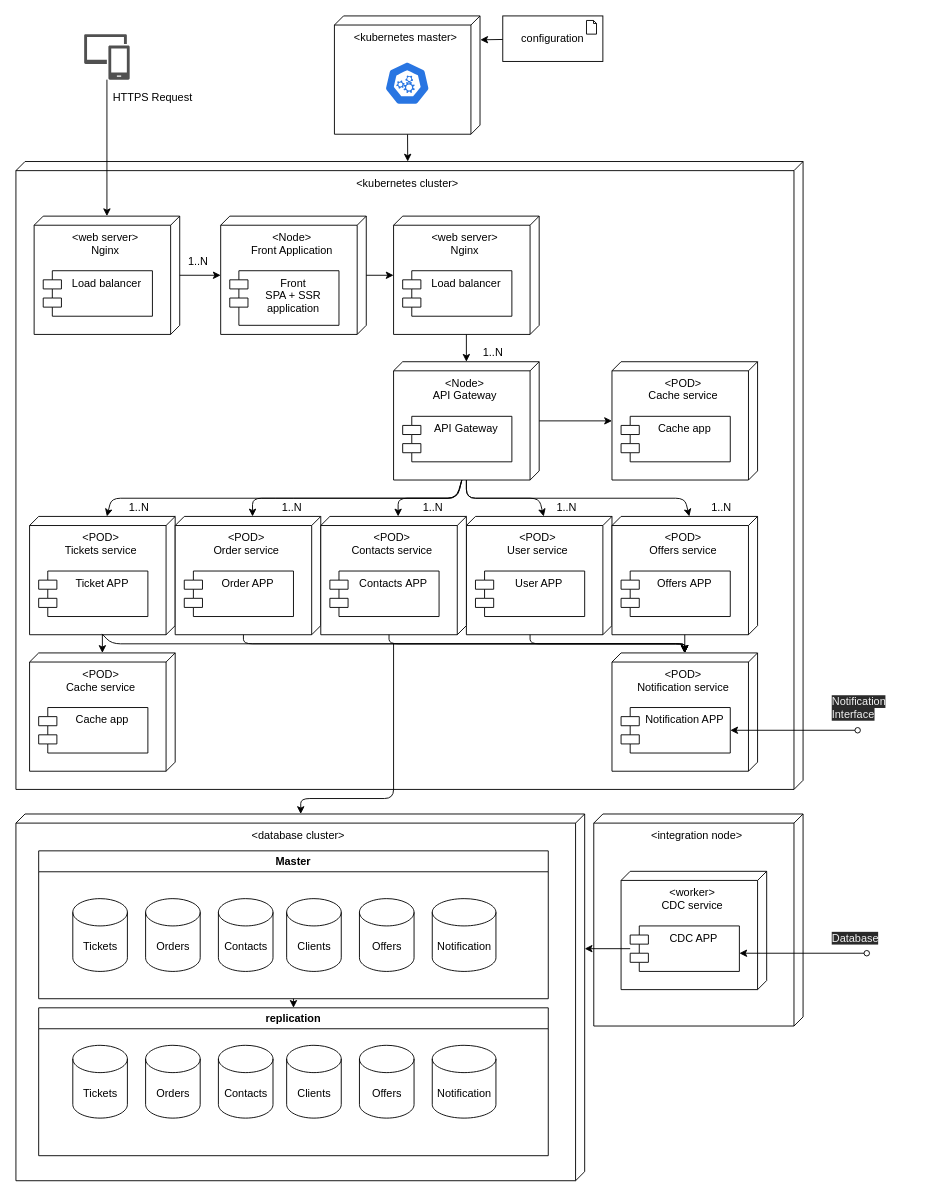
Earlier version of the draw.io diagram docs/deployment.drawio (mrr000/gb-coursework). Source tidied: cells renumbered, new cells numbered last; positions are measured from the earlier drawing's top-left corner, leaving out a move shared by most shapes. Both pictures are drawn from the tidied source at 91%, with x=0, y=0 at pixel (15, 15).
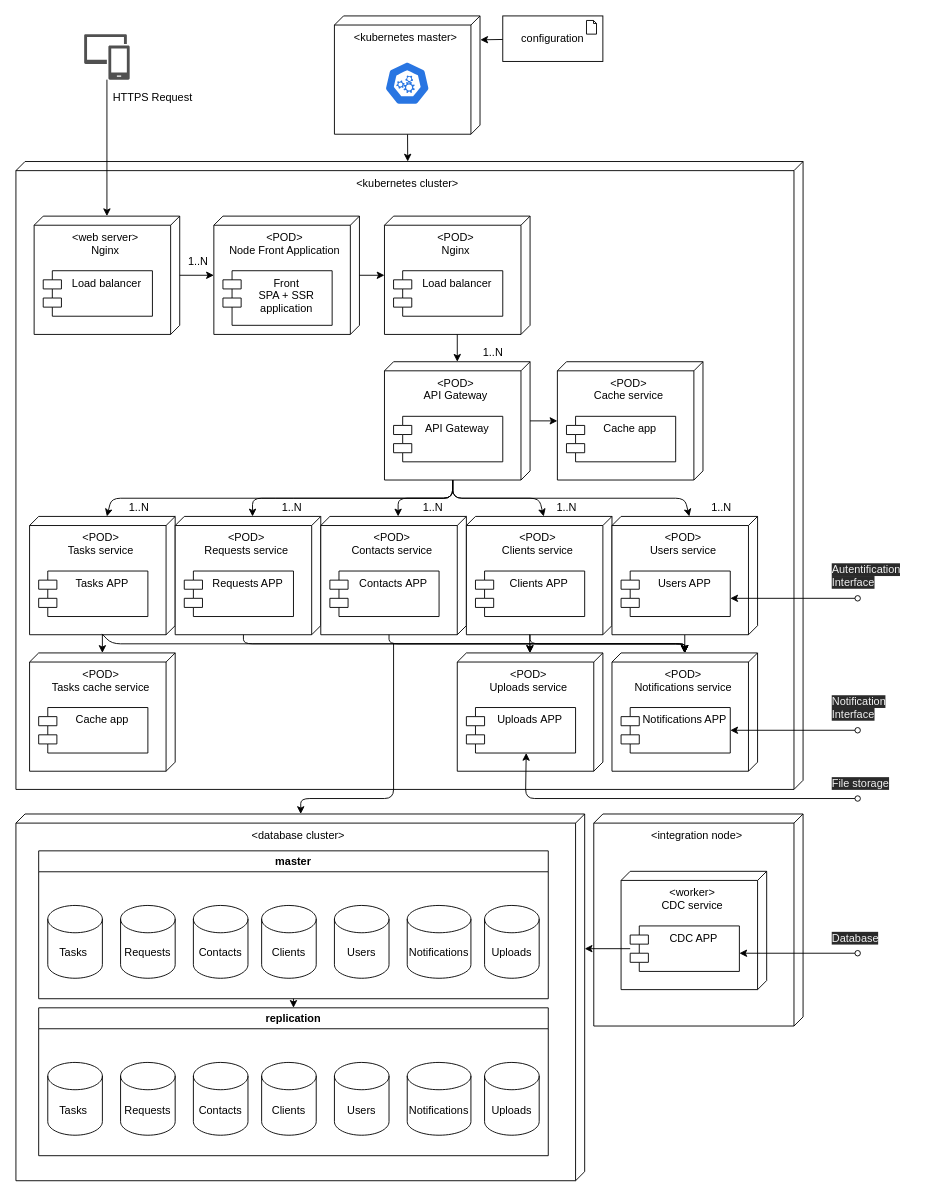
The same diagram, later.

Commit message:
renames services, adds uploads service

Unchanged cells that the change refers to:
```xml
<mxCell id="24" style="group;" parent="1" vertex="1">
  <mxGeometry x="15" y="550" width="160" height="130" as="geometry" />
</mxCell>
<mxCell id="30" style="group;" parent="1" vertex="1">
  <mxGeometry x="175" y="550" width="160" height="130" as="geometry" />
</mxCell>
<mxCell id="43" value="&amp;lt;POD&amp;gt;&lt;br&gt;Contacts service" style="verticalAlign=top;align=center;shape=cube;size=10;direction=south;html=1;boundedLbl=1;spacingLeft=5;" parent="42" vertex="1">
  <mxGeometry width="160" height="130" as="geometry" />
</mxCell>
<mxCell id="45" style="group;" parent="1" vertex="1">
  <mxGeometry x="655" y="700" width="160" height="130" as="geometry" />
</mxCell>
<mxCell id="69" style="group;" parent="1" vertex="1">
  <mxGeometry x="15" y="700" width="160" height="130" as="geometry" />
</mxCell>
<mxCell id="81" value="replication" style="swimlane;startSize=23;" parent="1" vertex="1">
  <mxGeometry x="25" y="1090" width="560" height="162.5" as="geometry" />
</mxCell>
```

Change to the diagram source:
```diff
@@
     <mxCell id="8" style="group;" parent="1" vertex="1">
-      <mxGeometry x="225" y="220" width="160" height="130" as="geometry" />
+      <mxGeometry x="217.5" y="220" width="160" height="130" as="geometry" />
     </mxCell>
-    <mxCell id="9" value="&amp;lt;Node&amp;gt;&lt;br&gt;Front Application&lt;br&gt;" style="verticalAlign=top;align=center;shape=cube;size=10;direction=south;html=1;boundedLbl=1;spacingLeft=5;" parent="8" vertex="1">
+    <mxCell id="9" value="&amp;lt;POD&amp;gt;&lt;br&gt;Node Front Application" style="verticalAlign=top;align=center;shape=cube;size=10;direction=south;html=1;boundedLbl=1;spacingLeft=5;" parent="8" vertex="1">
       <mxGeometry width="160" height="130" as="geometry" />
     </mxCell>
@@
     <mxCell id="16" style="group;" parent="1" vertex="1">
-      <mxGeometry x="415" y="380" width="160" height="130" as="geometry" />
+      <mxGeometry x="405" y="380" width="160" height="130" as="geometry" />
     </mxCell>
-    <mxCell id="17" value="&amp;lt;Node&amp;gt;&lt;br&gt;API Gateway" style="verticalAlign=top;align=center;shape=cube;size=10;direction=south;html=1;boundedLbl=1;spacingLeft=5;" parent="16" vertex="1">
+    <mxCell id="17" value="&amp;lt;POD&amp;gt;&lt;br&gt;API Gateway" style="verticalAlign=top;align=center;shape=cube;size=10;direction=south;html=1;boundedLbl=1;spacingLeft=5;" parent="16" vertex="1">
       <mxGeometry width="160" height="130" as="geometry" />
     </mxCell>
@@
     <mxCell id="19" style="group;" parent="1" vertex="1">
-      <mxGeometry x="415" y="220" width="160" height="130" as="geometry" />
+      <mxGeometry x="405" y="220" width="160" height="130" as="geometry" />
     </mxCell>
-    <mxCell id="20" value="&amp;lt;web server&amp;gt;&lt;br&gt;Nginx&lt;br&gt;&lt;br&gt;" style="verticalAlign=top;align=center;shape=cube;size=10;direction=south;html=1;boundedLbl=1;spacingLeft=5;" parent="19" vertex="1">
+    <mxCell id="20" value="&amp;lt;POD&amp;gt;&lt;br&gt;Nginx&lt;br&gt;" style="verticalAlign=top;align=center;shape=cube;size=10;direction=south;html=1;boundedLbl=1;spacingLeft=5;" parent="19" vertex="1">
       <mxGeometry width="160" height="130" relative="1" as="geometry" />
     </mxCell>
@@
-    <mxCell id="25" value="&amp;lt;POD&amp;gt;&lt;br&gt;Tickets service" style="verticalAlign=top;align=center;shape=cube;size=10;direction=south;html=1;boundedLbl=1;spacingLeft=5;" parent="24" vertex="1">
+    <mxCell id="25" value="&amp;lt;POD&amp;gt;&lt;br&gt;Tasks service" style="verticalAlign=top;align=center;shape=cube;size=10;direction=south;html=1;boundedLbl=1;spacingLeft=5;" parent="24" vertex="1">
       <mxGeometry width="160" height="130" as="geometry" />
     </mxCell>
-    <mxCell id="26" value="Ticket APP" style="shape=module;align=left;spacingLeft=20;align=center;verticalAlign=top;" parent="24" vertex="1">
+    <mxCell id="26" value="Tasks APP" style="shape=module;align=left;spacingLeft=20;align=center;verticalAlign=top;" parent="24" vertex="1">
       <mxGeometry x="10" y="60" width="120" height="50" as="geometry" />
     </mxCell>
-    <mxCell id="27" style="group;" parent="1" vertex="1">
-      <mxGeometry x="495" y="550" width="160" height="130" as="geometry" />
-    </mxCell>
-    <mxCell id="28" value="&amp;lt;POD&amp;gt;&lt;br&gt;User service" style="verticalAlign=top;align=center;shape=cube;size=10;direction=south;html=1;boundedLbl=1;spacingLeft=5;" parent="27" vertex="1">
-      <mxGeometry width="160" height="130" as="geometry" />
-    </mxCell>
-    <mxCell id="29" value="User APP" style="shape=module;align=left;spacingLeft=20;align=center;verticalAlign=top;" parent="27" vertex="1">
-      <mxGeometry x="10" y="60" width="120" height="50" as="geometry" />
-    </mxCell>
@@
-    <mxCell id="31" value="&amp;lt;POD&amp;gt;&lt;br&gt;Order service" style="verticalAlign=top;align=center;shape=cube;size=10;direction=south;html=1;boundedLbl=1;spacingLeft=5;" parent="30" vertex="1">
+    <mxCell id="31" value="&amp;lt;POD&amp;gt;&lt;br&gt;Requests service" style="verticalAlign=top;align=center;shape=cube;size=10;direction=south;html=1;boundedLbl=1;spacingLeft=5;" parent="30" vertex="1">
       <mxGeometry width="160" height="130" as="geometry" />
     </mxCell>
-    <mxCell id="32" value="Order APP" style="shape=module;align=left;spacingLeft=20;align=center;verticalAlign=top;" parent="30" vertex="1">
+    <mxCell id="32" value="Requests APP" style="shape=module;align=left;spacingLeft=20;align=center;verticalAlign=top;" parent="30" vertex="1">
       <mxGeometry x="10" y="60" width="120" height="50" as="geometry" />
     </mxCell>
     <mxCell id="33" style="group;" parent="1" vertex="1">
-      <mxGeometry x="655" y="380" width="160" height="130" as="geometry" />
+      <mxGeometry x="595" y="380" width="160" height="130" as="geometry" />
     </mxCell>
@@
-    <mxCell id="36" style="group;" parent="1" vertex="1">
-      <mxGeometry x="655" y="550" width="160" height="130" as="geometry" />
-    </mxCell>
-    <mxCell id="37" value="&amp;lt;POD&amp;gt;&lt;br&gt;Offers service" style="verticalAlign=top;align=center;shape=cube;size=10;direction=south;html=1;boundedLbl=1;spacingLeft=5;" parent="36" vertex="1">
-      <mxGeometry width="160" height="130" as="geometry" />
-    </mxCell>
-    <mxCell id="38" value="Offers APP" style="shape=module;align=left;spacingLeft=20;align=center;verticalAlign=top;" parent="36" vertex="1">
-      <mxGeometry x="10" y="60" width="120" height="50" as="geometry" />
-    </mxCell>
@@
-    <mxCell id="46" value="&amp;lt;POD&amp;gt;&lt;br&gt;Notification service" style="verticalAlign=top;align=center;shape=cube;size=10;direction=south;html=1;boundedLbl=1;spacingLeft=5;" parent="45" vertex="1">
+    <mxCell id="46" value="&amp;lt;POD&amp;gt;&lt;br&gt;Notifications&amp;nbsp;service" style="verticalAlign=top;align=center;shape=cube;size=10;direction=south;html=1;boundedLbl=1;spacingLeft=5;" parent="45" vertex="1">
       <mxGeometry width="160" height="130" as="geometry" />
     </mxCell>
-    <mxCell id="47" value="Notification APP" style="shape=module;align=left;spacingLeft=20;align=center;verticalAlign=top;" parent="45" vertex="1">
+    <mxCell id="47" value="Notifications APP" style="shape=module;align=left;spacingLeft=20;align=center;verticalAlign=top;" parent="45" vertex="1">
       <mxGeometry x="10" y="60" width="120" height="50" as="geometry" />
     </mxCell>
@@
     <mxCell id="50" style="edgeStyle=none;html=1;entryX=0;entryY=0;entryDx=0;entryDy=75;entryPerimeter=0;exitX=0;exitY=0;exitDx=130;exitDy=85;exitPerimeter=0;" parent="1" edge="1" source="17" target="25">
       <mxGeometry relative="1" as="geometry">
         <Array as="points">
-          <mxPoint x="484" y="530" />
+          <mxPoint x="480" y="530" />
           <mxPoint x="295" y="530" />
           <mxPoint x="105" y="530" />
         </Array>
       </mxGeometry>
     </mxCell>
     <mxCell id="51" style="edgeStyle=none;html=1;exitX=0;exitY=0;exitDx=130;exitDy=85;exitPerimeter=0;entryX=0;entryY=0;entryDx=0;entryDy=75;entryPerimeter=0;" parent="1" edge="1" source="17" target="31">
       <mxGeometry relative="1" as="geometry">
         <Array as="points">
-          <mxPoint x="485" y="530" />
+          <mxPoint x="480" y="530" />
           <mxPoint x="260" y="530" />
         </Array>
       </mxGeometry>
     </mxCell>
     <mxCell id="52" style="edgeStyle=none;html=1;entryX=0;entryY=0;entryDx=0;entryDy=75;entryPerimeter=0;exitX=0;exitY=0;exitDx=130;exitDy=85;exitPerimeter=0;" parent="1" edge="1" source="17" target="43">
       <mxGeometry relative="1" as="geometry">
         <Array as="points">
-          <mxPoint x="485" y="530" />
+          <mxPoint x="480" y="530" />
           <mxPoint x="420" y="530" />
         </Array>
       </mxGeometry>
     </mxCell>
-    <mxCell id="53" style="edgeStyle=none;html=1;entryX=0;entryY=0;entryDx=0;entryDy=75;entryPerimeter=0;" parent="1" edge="1" target="28">
+    <mxCell id="53" style="edgeStyle=none;html=1;entryX=0;entryY=0;entryDx=0;entryDy=75;entryPerimeter=0;exitX=0;exitY=0;exitDx=130;exitDy=85;exitPerimeter=0;" parent="1" edge="1" source="17">
       <mxGeometry relative="1" as="geometry">
-        <mxPoint x="495" y="510" as="sourcePoint" />
+        <mxPoint x="580" y="550" as="targetPoint" />
         <Array as="points">
-          <mxPoint x="495" y="530" />
+          <mxPoint x="480" y="530" />
           <mxPoint x="575" y="530" />
         </Array>
       </mxGeometry>
     </mxCell>
-    <mxCell id="54" style="edgeStyle=none;html=1;entryX=0;entryY=0;entryDx=0;entryDy=75;entryPerimeter=0;" parent="1" edge="1" target="37">
+    <mxCell id="54" style="edgeStyle=none;html=1;entryX=0;entryY=0;entryDx=0;entryDy=75;entryPerimeter=0;exitX=0;exitY=0;exitDx=130;exitDy=85;exitPerimeter=0;" parent="1" edge="1" source="17">
       <mxGeometry relative="1" as="geometry">
-        <mxPoint x="495" y="510" as="sourcePoint" />
+        <mxPoint x="740" y="550" as="targetPoint" />
         <Array as="points">
-          <mxPoint x="495" y="530" />
+          <mxPoint x="480" y="530" />
           <mxPoint x="735" y="530" />
         </Array>
       </mxGeometry>
     </mxCell>
@@
     <mxCell id="61" style="edgeStyle=none;html=1;startArrow=classic;startFill=1;endArrow=oval;endFill=0;exitX=1;exitY=0.5;exitDx=0;exitDy=0;" parent="1" edge="1">
       <mxGeometry relative="1" as="geometry">
         <mxPoint x="795" y="1030" as="sourcePoint" />
-        <mxPoint x="935" y="1030" as="targetPoint" />
+        <mxPoint x="925" y="1030" as="targetPoint" />
       </mxGeometry>
     </mxCell>
@@
-    <mxCell id="63" style="edgeStyle=none;html=1;startArrow=none;startFill=0;endArrow=classic;endFill=1;" parent="1" edge="1" source="37" target="46">
-      <mxGeometry relative="1" as="geometry" />
+    <mxCell id="63" style="edgeStyle=none;html=1;startArrow=none;startFill=0;endArrow=classic;endFill=1;" parent="1" edge="1" target="46">
+      <mxGeometry relative="1" as="geometry">
+        <mxPoint x="735" y="680" as="sourcePoint" />
+      </mxGeometry>
     </mxCell>
@@
     <mxCell id="68" style="edgeStyle=none;html=1;startArrow=none;startFill=0;endArrow=classic;endFill=1;" parent="1" edge="1" source="17">
       <mxGeometry relative="1" as="geometry">
-        <mxPoint x="655" y="445" as="targetPoint" />
+        <mxPoint x="595" y="445" as="targetPoint" />
       </mxGeometry>
     </mxCell>
@@
-    <mxCell id="70" value="&amp;lt;POD&amp;gt;&lt;br&gt;Cache service" style="verticalAlign=top;align=center;shape=cube;size=10;direction=south;html=1;boundedLbl=1;spacingLeft=5;" parent="69" vertex="1">
+    <mxCell id="70" value="&amp;lt;POD&amp;gt;&lt;br&gt;Tasks&amp;nbsp;cache service" style="verticalAlign=top;align=center;shape=cube;size=10;direction=south;html=1;boundedLbl=1;spacingLeft=5;" parent="69" vertex="1">
       <mxGeometry width="160" height="130" as="geometry" />
     </mxCell>
@@
-    <mxCell id="74" value="Master" style="swimlane;" parent="1" vertex="1">
+    <mxCell id="74" value="master" style="swimlane;" parent="1" vertex="1">
       <mxGeometry x="25" y="917.5" width="560" height="162.5" as="geometry" />
     </mxCell>
-    <mxCell id="75" value="Tickets" style="shape=cylinder3;whiteSpace=wrap;html=1;boundedLbl=1;backgroundOutline=1;size=15;" parent="1" vertex="1">
-      <mxGeometry x="62.5" y="970" width="60" height="80" as="geometry" />
+    <mxCell id="75" value="&lt;span&gt;Tasks&amp;nbsp;&lt;/span&gt;" style="shape=cylinder3;whiteSpace=wrap;html=1;boundedLbl=1;backgroundOutline=1;size=15;" parent="1" vertex="1">
+      <mxGeometry x="35" y="977.5" width="60" height="80" as="geometry" />
     </mxCell>
-    <mxCell id="76" value="Orders" style="shape=cylinder3;whiteSpace=wrap;html=1;boundedLbl=1;backgroundOutline=1;size=15;" parent="1" vertex="1">
-      <mxGeometry x="142.5" y="970" width="60" height="80" as="geometry" />
+    <mxCell id="76" value="&lt;span&gt;Requests&lt;/span&gt;" style="shape=cylinder3;whiteSpace=wrap;html=1;boundedLbl=1;backgroundOutline=1;size=15;" parent="1" vertex="1">
+      <mxGeometry x="115" y="977.5" width="60" height="80" as="geometry" />
     </mxCell>
     <mxCell id="77" value="Contacts" style="shape=cylinder3;whiteSpace=wrap;html=1;boundedLbl=1;backgroundOutline=1;size=15;" parent="1" vertex="1">
-      <mxGeometry x="222.5" y="970" width="60" height="80" as="geometry" />
+      <mxGeometry x="195" y="977.5" width="60" height="80" as="geometry" />
     </mxCell>
     <mxCell id="78" value="Clients" style="shape=cylinder3;whiteSpace=wrap;html=1;boundedLbl=1;backgroundOutline=1;size=15;" parent="1" vertex="1">
-      <mxGeometry x="297.5" y="970" width="60" height="80" as="geometry" />
+      <mxGeometry x="270" y="977.5" width="60" height="80" as="geometry" />
     </mxCell>
-    <mxCell id="79" value="Offers" style="shape=cylinder3;whiteSpace=wrap;html=1;boundedLbl=1;backgroundOutline=1;size=15;" parent="1" vertex="1">
-      <mxGeometry x="377.5" y="970" width="60" height="80" as="geometry" />
+    <mxCell id="79" value="&lt;span&gt;Users&lt;/span&gt;" style="shape=cylinder3;whiteSpace=wrap;html=1;boundedLbl=1;backgroundOutline=1;size=15;" parent="1" vertex="1">
+      <mxGeometry x="350" y="977.5" width="60" height="80" as="geometry" />
     </mxCell>
-    <mxCell id="80" value="Notification" style="shape=cylinder3;whiteSpace=wrap;html=1;boundedLbl=1;backgroundOutline=1;size=15;" parent="1" vertex="1">
-      <mxGeometry x="457.5" y="970" width="70" height="80" as="geometry" />
+    <mxCell id="80" value="Notifications" style="shape=cylinder3;whiteSpace=wrap;html=1;boundedLbl=1;backgroundOutline=1;size=15;" parent="1" vertex="1">
+      <mxGeometry x="430" y="977.5" width="70" height="80" as="geometry" />
     </mxCell>
@@
-    <mxCell id="82" value="Tickets" style="shape=cylinder3;whiteSpace=wrap;html=1;boundedLbl=1;backgroundOutline=1;size=15;" parent="1" vertex="1">
-      <mxGeometry x="62.5" y="1131.2" width="60" height="80" as="geometry" />
-    </mxCell>
-    <mxCell id="83" value="Orders" style="shape=cylinder3;whiteSpace=wrap;html=1;boundedLbl=1;backgroundOutline=1;size=15;" parent="1" vertex="1">
-      <mxGeometry x="142.5" y="1131.2" width="60" height="80" as="geometry" />
-    </mxCell>
+    <mxCell id="97" value="&lt;span&gt;Tasks&amp;nbsp;&lt;/span&gt;" style="shape=cylinder3;whiteSpace=wrap;html=1;boundedLbl=1;backgroundOutline=1;size=15;" parent="81" vertex="1">
+      <mxGeometry x="10" y="60" width="60" height="80" as="geometry" />
+    </mxCell>
+    <mxCell id="98" value="&lt;span&gt;Requests&lt;/span&gt;" style="shape=cylinder3;whiteSpace=wrap;html=1;boundedLbl=1;backgroundOutline=1;size=15;" parent="81" vertex="1">
+      <mxGeometry x="90" y="60" width="60" height="80" as="geometry" />
+    </mxCell>
-    <mxCell id="84" value="Contacts" style="shape=cylinder3;whiteSpace=wrap;html=1;boundedLbl=1;backgroundOutline=1;size=15;" parent="1" vertex="1">
-      <mxGeometry x="222.5" y="1131.2" width="60" height="80" as="geometry" />
+    <mxCell id="84" value="Contacts" style="shape=cylinder3;whiteSpace=wrap;html=1;boundedLbl=1;backgroundOutline=1;size=15;" parent="81" vertex="1">
+      <mxGeometry x="170" y="60" width="60" height="80" as="geometry" />
     </mxCell>
-    <mxCell id="85" value="Clients" style="shape=cylinder3;whiteSpace=wrap;html=1;boundedLbl=1;backgroundOutline=1;size=15;" parent="1" vertex="1">
-      <mxGeometry x="297.5" y="1131.2" width="60" height="80" as="geometry" />
+    <mxCell id="85" value="Clients" style="shape=cylinder3;whiteSpace=wrap;html=1;boundedLbl=1;backgroundOutline=1;size=15;" parent="81" vertex="1">
+      <mxGeometry x="245" y="60" width="60" height="80" as="geometry" />
     </mxCell>
-    <mxCell id="86" value="Offers" style="shape=cylinder3;whiteSpace=wrap;html=1;boundedLbl=1;backgroundOutline=1;size=15;" parent="1" vertex="1">
-      <mxGeometry x="377.5" y="1131.2" width="60" height="80" as="geometry" />
-    </mxCell>
-    <mxCell id="87" value="Notification" style="shape=cylinder3;whiteSpace=wrap;html=1;boundedLbl=1;backgroundOutline=1;size=15;" parent="1" vertex="1">
-      <mxGeometry x="457.5" y="1131.2" width="70" height="80" as="geometry" />
-    </mxCell>
+    <mxCell id="99" value="&lt;span&gt;Users&lt;/span&gt;" style="shape=cylinder3;whiteSpace=wrap;html=1;boundedLbl=1;backgroundOutline=1;size=15;" parent="81" vertex="1">
+      <mxGeometry x="325" y="60" width="60" height="80" as="geometry" />
+    </mxCell>
+    <mxCell id="100" value="Notifications" style="shape=cylinder3;whiteSpace=wrap;html=1;boundedLbl=1;backgroundOutline=1;size=15;" parent="81" vertex="1">
+      <mxGeometry x="405" y="60" width="70" height="80" as="geometry" />
+    </mxCell>
+    <mxCell id="101" value="&lt;span&gt;Uploads&lt;/span&gt;" style="shape=cylinder3;whiteSpace=wrap;html=1;boundedLbl=1;backgroundOutline=1;size=15;" parent="81" vertex="1">
+      <mxGeometry x="490" y="60" width="60" height="80" as="geometry" />
+    </mxCell>
@@
+    <mxCell id="102" style="group;" parent="1" vertex="1">
+      <mxGeometry x="485" y="700" width="160" height="130" as="geometry" />
+    </mxCell>
+    <mxCell id="103" value="&amp;lt;POD&amp;gt;&lt;br&gt;Uploads service" style="verticalAlign=top;align=center;shape=cube;size=10;direction=south;html=1;boundedLbl=1;spacingLeft=5;" parent="102" vertex="1">
+      <mxGeometry width="160" height="130" as="geometry" />
+    </mxCell>
+    <mxCell id="104" value="Uploads APP" style="shape=module;align=left;spacingLeft=20;align=center;verticalAlign=top;" parent="102" vertex="1">
+      <mxGeometry x="10" y="60" width="120" height="50" as="geometry" />
+    </mxCell>
+    <mxCell id="27" style="group;" parent="1" vertex="1">
+      <mxGeometry x="495" y="550" width="160" height="130" as="geometry" />
+    </mxCell>
+    <mxCell id="105" value="&amp;lt;POD&amp;gt;&lt;br&gt;Clients service" style="verticalAlign=top;align=center;shape=cube;size=10;direction=south;html=1;boundedLbl=1;spacingLeft=5;" parent="27" vertex="1">
+      <mxGeometry width="160" height="130" as="geometry" />
+    </mxCell>
+    <mxCell id="106" value="Clients APP" style="shape=module;align=left;spacingLeft=20;align=center;verticalAlign=top;" parent="27" vertex="1">
+      <mxGeometry x="10" y="60" width="120" height="50" as="geometry" />
+    </mxCell>
+    <mxCell id="36" style="group;" parent="1" vertex="1">
+      <mxGeometry x="655" y="550" width="160" height="130" as="geometry" />
+    </mxCell>
+    <mxCell id="107" value="&amp;lt;POD&amp;gt;&lt;br&gt;Users service" style="verticalAlign=top;align=center;shape=cube;size=10;direction=south;html=1;boundedLbl=1;spacingLeft=5;" parent="36" vertex="1">
+      <mxGeometry width="160" height="130" as="geometry" />
+    </mxCell>
+    <mxCell id="108" value="Users APP" style="shape=module;align=left;spacingLeft=20;align=center;verticalAlign=top;" parent="36" vertex="1">
+      <mxGeometry x="10" y="60" width="120" height="50" as="geometry" />
+    </mxCell>
+    <mxCell id="109" style="edgeStyle=none;html=1;startArrow=classic;startFill=1;endArrow=oval;endFill=0;exitX=1;exitY=0.5;exitDx=0;exitDy=0;" parent="1" edge="1">
+      <mxGeometry relative="1" as="geometry">
+        <mxPoint x="785" y="640" as="sourcePoint" />
+        <mxPoint x="925" y="640" as="targetPoint" />
+      </mxGeometry>
+    </mxCell>
+    <mxCell id="110" value="&lt;span style=&quot;color: rgb(240 , 240 , 240) ; font-family: &amp;#34;helvetica&amp;#34; ; font-size: 12px ; font-style: normal ; font-weight: 400 ; letter-spacing: normal ; text-align: center ; text-indent: 0px ; text-transform: none ; word-spacing: 0px ; background-color: rgb(42 , 42 , 42) ; display: inline ; float: none&quot;&gt;Autentification&lt;br&gt;Interface&lt;/span&gt;" style="text;whiteSpace=wrap;html=1;fillColor=none;" parent="1" vertex="1">
+      <mxGeometry x="895" y="595" width="110" height="40" as="geometry" />
+    </mxCell>
+    <mxCell id="111" style="edgeStyle=none;html=1;startArrow=classic;startFill=1;endArrow=oval;endFill=0;exitX=0.548;exitY=0.999;exitDx=0;exitDy=0;exitPerimeter=0;" parent="1" edge="1" source="104">
+      <mxGeometry relative="1" as="geometry">
+        <mxPoint x="925" y="860" as="targetPoint" />
+        <Array as="points">
+          <mxPoint x="560" y="860" />
+        </Array>
+      </mxGeometry>
+    </mxCell>
+    <mxCell id="112" value="&lt;span style=&quot;color: rgb(240 , 240 , 240) ; font-family: &amp;#34;helvetica&amp;#34; ; font-size: 12px ; font-style: normal ; font-weight: 400 ; letter-spacing: normal ; text-align: center ; text-indent: 0px ; text-transform: none ; word-spacing: 0px ; background-color: rgb(42 , 42 , 42) ; display: inline ; float: none&quot;&gt;File storage&lt;br&gt;&lt;/span&gt;" style="text;whiteSpace=wrap;html=1;fillColor=none;" parent="1" vertex="1">
+      <mxGeometry x="895" y="830" width="110" height="40" as="geometry" />
+    </mxCell>
+    <mxCell id="113" style="edgeStyle=none;html=1;" parent="1" edge="1" target="103">
+      <mxGeometry relative="1" as="geometry">
+        <mxPoint x="565" y="690" as="sourcePoint" />
+      </mxGeometry>
+    </mxCell>
+    <mxCell id="114" style="edgeStyle=none;html=1;exitX=0.997;exitY=0.565;exitDx=0;exitDy=0;exitPerimeter=0;" parent="1" edge="1" source="105" target="103">
+      <mxGeometry relative="1" as="geometry" />
+    </mxCell>
+    <mxCell id="115" value="&lt;span&gt;Uploads&lt;/span&gt;" style="shape=cylinder3;whiteSpace=wrap;html=1;boundedLbl=1;backgroundOutline=1;size=15;" parent="1" vertex="1">
+      <mxGeometry x="515" y="977.5" width="60" height="80" as="geometry" />
+    </mxCell>
```
